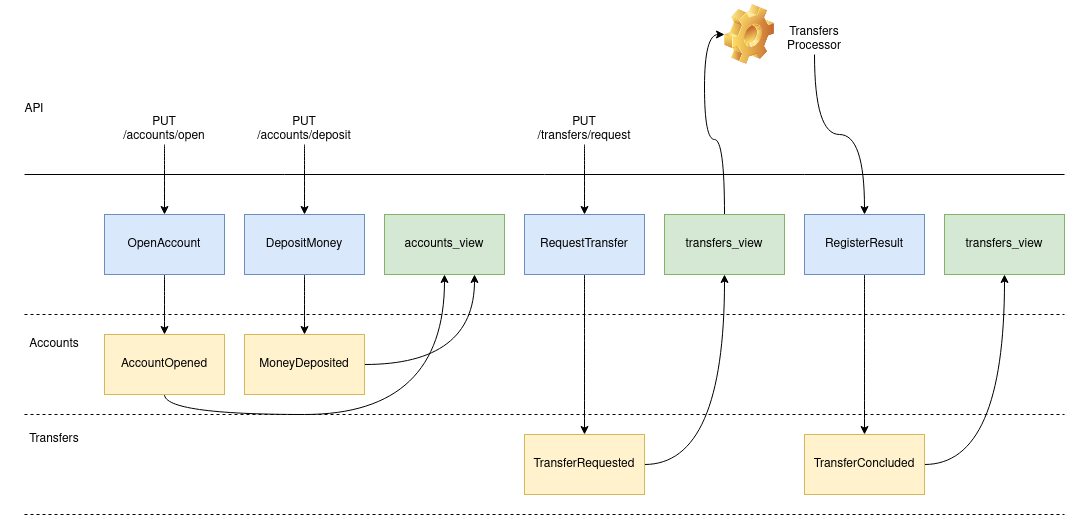
This is images/accounts.drawio.png from rodolfodpk/accounts, a draw.io export, as it was before one commit. Source tidied: cells renumbered, new cells last; positions are measured from the earlier drawing's top-left corner, leaving out a move shared by most shapes.
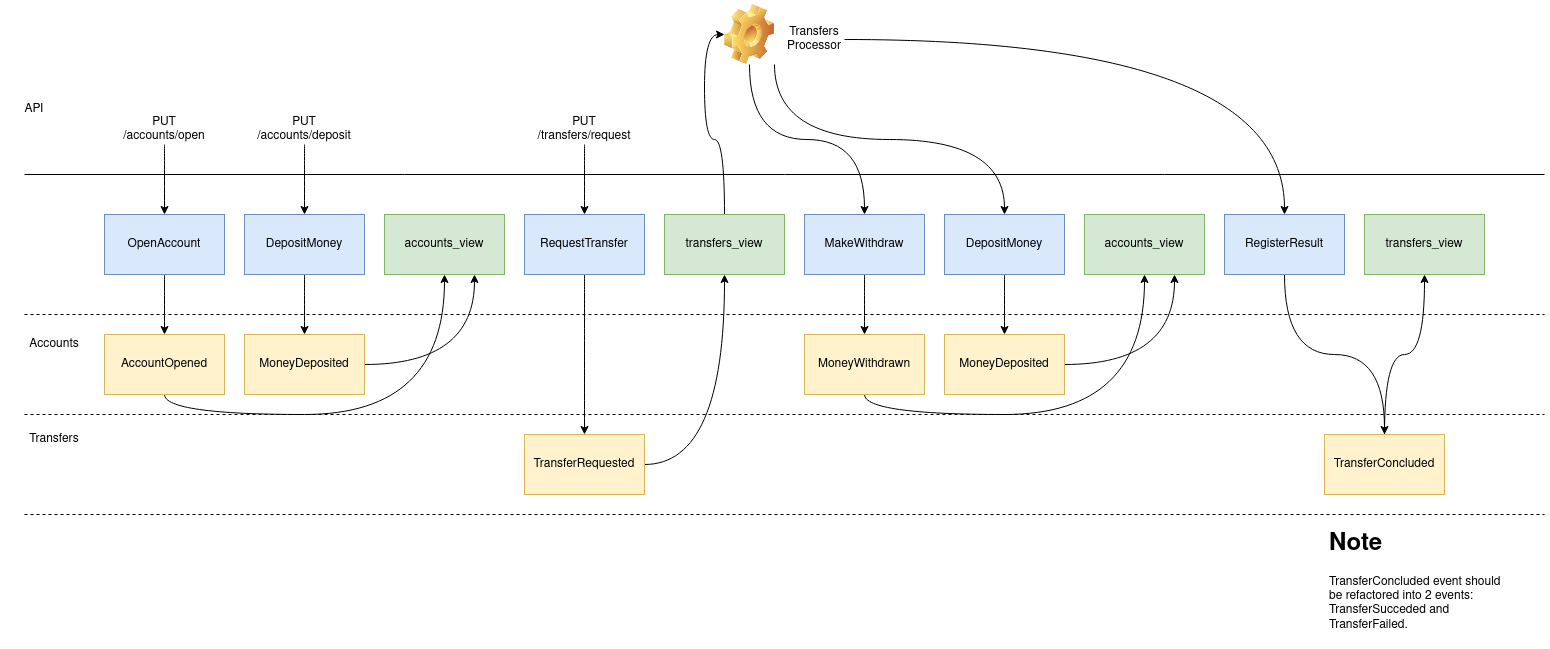
After the commit.

Commit message:
eventmodeling diagram

Change to the diagram source:
```diff
@@ -5,13 +5,13 @@
     <mxCell id="2" style="endArrow=none;dashed=1;html=1;rounded=0;" parent="1" edge="1">
       <mxGeometry relative="1" as="geometry">
         <mxPoint x="20" y="310" as="sourcePoint" />
-        <mxPoint x="1060" y="310" as="targetPoint" />
+        <mxPoint x="1540" y="310" as="targetPoint" />
       </mxGeometry>
     </mxCell>
     <mxCell id="3" style="endArrow=none;dashed=1;html=1;rounded=0;" parent="1" edge="1">
       <mxGeometry relative="1" as="geometry">
         <mxPoint x="20" y="410" as="sourcePoint" />
-        <mxPoint x="1060" y="410" as="targetPoint" />
+        <mxPoint x="1540" y="410" as="targetPoint" />
       </mxGeometry>
     </mxCell>
     <mxCell id="4" value="Accounts" style="text;html=1;strokeColor=none;fillColor=none;align=center;verticalAlign=middle;whiteSpace=wrap;rounded=0;" parent="1" vertex="1">
@@ -23,13 +23,13 @@
     <mxCell id="6" style="endArrow=none;dashed=1;html=1;rounded=0;" parent="1" edge="1">
       <mxGeometry relative="1" as="geometry">
         <mxPoint x="20" y="510" as="sourcePoint" />
-        <mxPoint x="1060" y="510" as="targetPoint" />
+        <mxPoint x="1540" y="510" as="targetPoint" />
       </mxGeometry>
     </mxCell>
     <mxCell id="7" style="endArrow=none;html=1;rounded=0;" parent="1" edge="1">
       <mxGeometry relative="1" as="geometry">
         <mxPoint x="20" y="170" as="sourcePoint" />
-        <mxPoint x="1060" y="170" as="targetPoint" />
+        <mxPoint x="1540" y="170" as="targetPoint" />
       </mxGeometry>
     </mxCell>
     <mxCell id="8" style="edgeStyle=orthogonalEdgeStyle;curved=1;rounded=0;jettySize=auto;html=1;" parent="1" edge="1" source="9" target="11">
@@ -89,6 +89,12 @@
     <mxCell id="26" value="TransferRequested" style="rounded=0;whiteSpace=wrap;html=1;fillColor=#fff2cc;strokeColor=#d6b656;" parent="1" vertex="1">
       <mxGeometry x="520" y="430" width="120" height="60" as="geometry" />
     </mxCell>
+    <mxCell id="38" style="edgeStyle=orthogonalEdgeStyle;curved=1;rounded=0;jettySize=auto;html=1;exitX=0.5;exitY=1;exitDx=0;exitDy=0;entryX=0.5;entryY=0;entryDx=0;entryDy=0;" parent="1" edge="1" source="27" target="41">
+      <mxGeometry relative="1" as="geometry" />
+    </mxCell>
+    <mxCell id="39" style="edgeStyle=orthogonalEdgeStyle;curved=1;rounded=0;jettySize=auto;html=1;exitX=1;exitY=1;exitDx=0;exitDy=0;entryX=0.5;entryY=0;entryDx=0;entryDy=0;" parent="1" edge="1" source="27" target="45">
+      <mxGeometry relative="1" as="geometry" />
+    </mxCell>
     <mxCell id="27" style="shape=image;html=1;verticalLabelPosition=bottom;verticalAlign=top;imageAspect=0;image=img/clipart/Gear_128x128.png;" parent="1" vertex="1">
       <mxGeometry x="720" width="50" height="60" as="geometry" />
     </mxCell>
@@ -111,16 +117,46 @@
       <mxGeometry relative="1" as="geometry" />
     </mxCell>
     <mxCell id="34" value="RegisterResult" style="rounded=0;whiteSpace=wrap;html=1;fillColor=#dae8fc;strokeColor=#6c8ebf;" parent="1" vertex="1">
-      <mxGeometry x="800" y="210" width="120" height="60" as="geometry" />
+      <mxGeometry x="1220" y="210" width="120" height="60" as="geometry" />
     </mxCell>
     <mxCell id="35" style="edgeStyle=orthogonalEdgeStyle;curved=1;rounded=0;jettySize=auto;html=1;" parent="1" edge="1" source="36" target="37">
       <mxGeometry relative="1" as="geometry" />
     </mxCell>
     <mxCell id="36" value="TransferConcluded" style="rounded=0;whiteSpace=wrap;html=1;fillColor=#fff2cc;strokeColor=#d6b656;" parent="1" vertex="1">
-      <mxGeometry x="800" y="430" width="120" height="60" as="geometry" />
+      <mxGeometry x="1320" y="430" width="120" height="60" as="geometry" />
     </mxCell>
     <mxCell id="37" value="transfers_view" style="rounded=0;whiteSpace=wrap;html=1;fillColor=#d5e8d4;strokeColor=#82b366;" parent="1" vertex="1">
-      <mxGeometry x="940" y="210" width="120" height="60" as="geometry" />
+      <mxGeometry x="1360" y="210" width="120" height="60" as="geometry" />
     </mxCell>
+    <mxCell id="40" style="edgeStyle=orthogonalEdgeStyle;curved=1;rounded=0;jettySize=auto;html=1;entryX=0.5;entryY=0;entryDx=0;entryDy=0;" parent="1" edge="1" source="41" target="43">
+      <mxGeometry relative="1" as="geometry" />
+    </mxCell>
+    <mxCell id="41" value="MakeWithdraw" style="rounded=0;whiteSpace=wrap;html=1;fillColor=#dae8fc;strokeColor=#6c8ebf;" parent="1" vertex="1">
+      <mxGeometry x="800" y="210" width="120" height="60" as="geometry" />
+    </mxCell>
+    <mxCell id="42" style="edgeStyle=orthogonalEdgeStyle;curved=1;rounded=0;jettySize=auto;html=1;entryX=0.5;entryY=1;entryDx=0;entryDy=0;exitX=0.5;exitY=1;exitDx=0;exitDy=0;" parent="1" edge="1" source="43" target="48">
+      <mxGeometry relative="1" as="geometry" />
+    </mxCell>
+    <mxCell id="43" value="MoneyWithdrawn" style="rounded=0;whiteSpace=wrap;html=1;fillColor=#fff2cc;strokeColor=#d6b656;" parent="1" vertex="1">
+      <mxGeometry x="800" y="330" width="120" height="60" as="geometry" />
+    </mxCell>
+    <mxCell id="44" style="edgeStyle=orthogonalEdgeStyle;curved=1;rounded=0;jettySize=auto;html=1;entryX=0.5;entryY=0;entryDx=0;entryDy=0;" parent="1" edge="1" source="45" target="47">
+      <mxGeometry relative="1" as="geometry" />
+    </mxCell>
+    <mxCell id="45" value="DepositMoney" style="rounded=0;whiteSpace=wrap;html=1;fillColor=#dae8fc;strokeColor=#6c8ebf;" parent="1" vertex="1">
+      <mxGeometry x="940" y="210" width="120" height="60" as="geometry" />
+    </mxCell>
+    <mxCell id="46" style="edgeStyle=orthogonalEdgeStyle;curved=1;rounded=0;jettySize=auto;html=1;entryX=0.75;entryY=1;entryDx=0;entryDy=0;" parent="1" edge="1" source="47" target="48">
+      <mxGeometry relative="1" as="geometry" />
+    </mxCell>
+    <mxCell id="47" value="MoneyDeposited" style="rounded=0;whiteSpace=wrap;html=1;fillColor=#fff2cc;strokeColor=#d6b656;" parent="1" vertex="1">
+      <mxGeometry x="940" y="330" width="120" height="60" as="geometry" />
+    </mxCell>
+    <mxCell id="48" value="accounts_view" style="rounded=0;whiteSpace=wrap;html=1;fillColor=#d5e8d4;strokeColor=#82b366;" parent="1" vertex="1">
+      <mxGeometry x="1080" y="210" width="120" height="60" as="geometry" />
+    </mxCell>
+    <mxCell id="49" value="&lt;h1&gt;Note&lt;/h1&gt;&lt;p&gt;TransferConcluded event should be refactored into 2 events: TransferSucceded and TransferFailed.&lt;/p&gt;" style="text;html=1;strokeColor=none;fillColor=none;spacing=5;spacingTop=-20;whiteSpace=wrap;overflow=hidden;rounded=0;" parent="1" vertex="1">
+      <mxGeometry x="1320" y="520" width="190" height="120" as="geometry" />
+    </mxCell>
   </root>
 </mxGraphModel>
```
